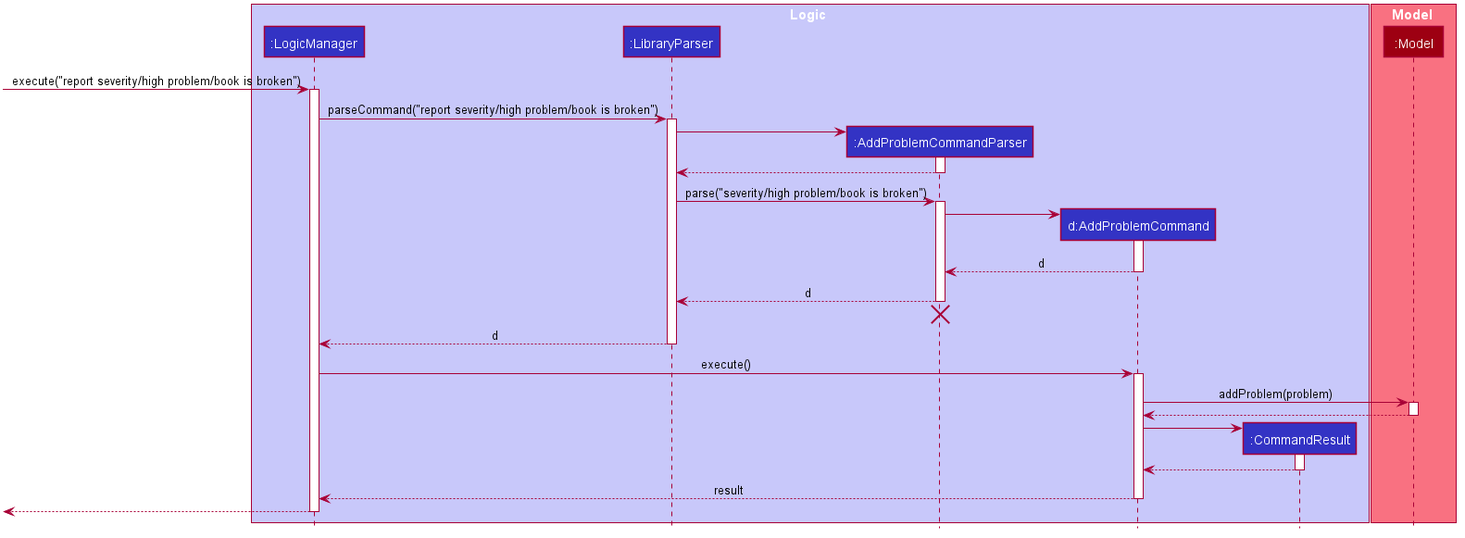
The PlantUML diagram docs/images/AddProblemSequenceDiagram.png in richardcom/tp, before a commit. The source it was exported from:
```plantuml
@startuml








skinparam BackgroundColor #FFFFFFF

skinparam Shadowing false

skinparam Class {
    FontColor #FFFFFF
    BorderThickness 1
    BorderColor #FFFFFF
    StereotypeFontColor #FFFFFF
    FontName Arial
}

skinparam Actor {
    BorderColor #000000
    Color #000000
    FontName Arial
}

skinparam Sequence {
    MessageAlign center
    BoxFontSize 15
    BoxPadding 0
    BoxFontColor #FFFFFF
    FontName Arial
}

skinparam Participant {
    FontColor #FFFFFFF
    Padding 20
}

skinparam MinClassWidth 50
skinparam ParticipantPadding 10
skinparam Shadowing false
skinparam DefaultTextAlignment center
skinparam packageStyle Rectangle

hide footbox
hide members
hide circle

box Logic #C8C8FA
participant ":LogicManager" as LogicManager #3333C4
participant ":LibraryParser" as LibraryParser #3333C4
participant ":AddProblemCommandParser" as AddProblemCommandParser #3333C4
participant "d:AddProblemCommand" as AddProblemCommand #3333C4
participant ":CommandResult" as CommandResult #3333C4
end box

box Model #F97181
participant ":Model" as Model #9D0012
end box

[-> LogicManager : execute("report severity/high problem/book is broken")
activate LogicManager

LogicManager -> LibraryParser : parseCommand("report severity/high problem/book is broken")
activate LibraryParser

create AddProblemCommandParser
LibraryParser -> AddProblemCommandParser
activate AddProblemCommandParser

AddProblemCommandParser --> LibraryParser
deactivate AddProblemCommandParser

LibraryParser -> AddProblemCommandParser : parse("severity/high problem/book is broken")
activate AddProblemCommandParser

create AddProblemCommand
AddProblemCommandParser -> AddProblemCommand
activate AddProblemCommand

AddProblemCommand --> AddProblemCommandParser : d
deactivate AddProblemCommand

AddProblemCommandParser --> LibraryParser : d
deactivate AddProblemCommandParser
AddProblemCommandParser -[hidden]-> LibraryParser
destroy AddProblemCommandParser

LibraryParser --> LogicManager : d
deactivate LibraryParser

LogicManager -> AddProblemCommand : execute()
activate AddProblemCommand

AddProblemCommand -> Model : addProblem(problem)
activate Model

Model --> AddProblemCommand
deactivate Model

create CommandResult
AddProblemCommand -> CommandResult
activate CommandResult

CommandResult --> AddProblemCommand
deactivate CommandResult

AddProblemCommand --> LogicManager : result
deactivate AddProblemCommand

[<--LogicManager
deactivate LogicManager
@enduml
```
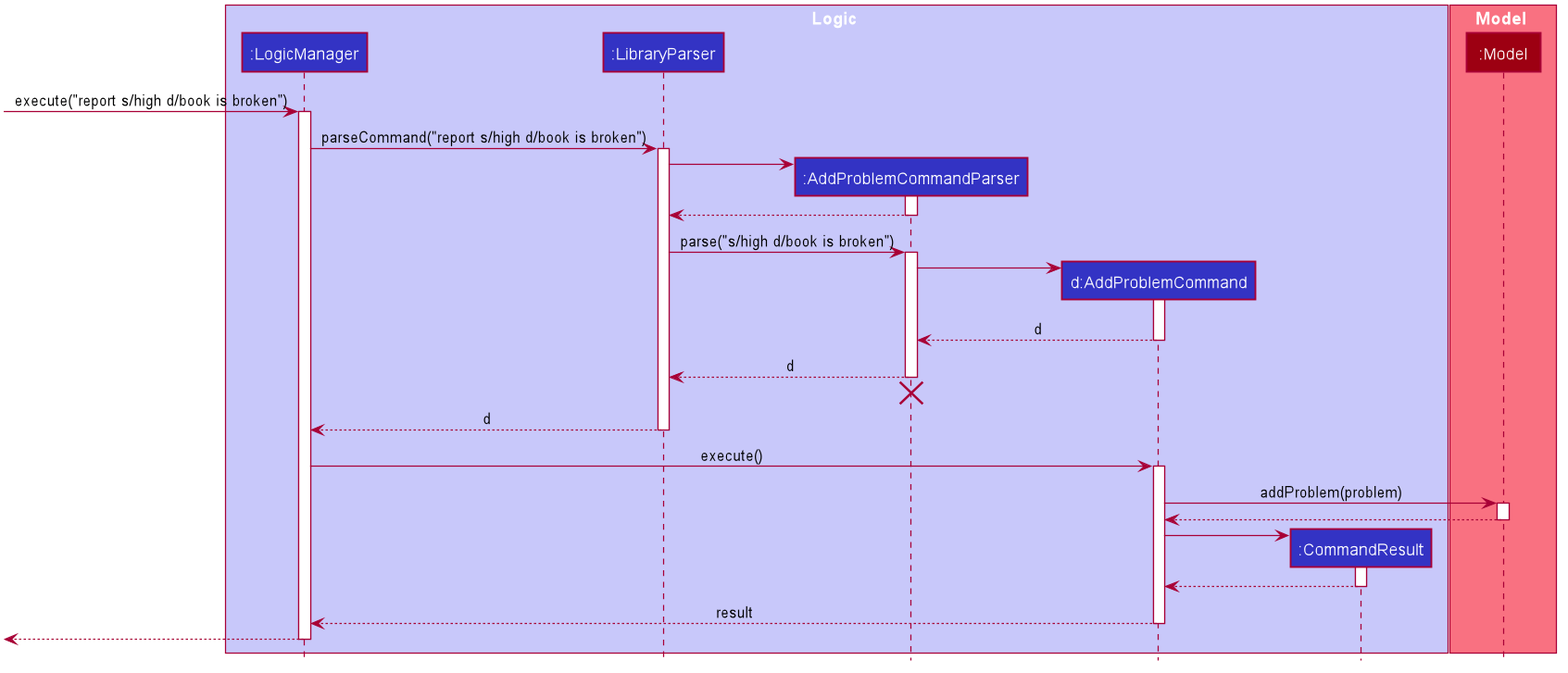
After the change.

Diff of the diagram source:
```diff
@@ -60,10 +60,10 @@
 participant ":Model" as Model #9D0012
 end box
 
-[-> LogicManager : execute("report severity/high problem/book is broken")
+[-> LogicManager : execute("report s/high d/book is broken")
 activate LogicManager
 
-LogicManager -> LibraryParser : parseCommand("report severity/high problem/book is broken")
+LogicManager -> LibraryParser : parseCommand("report s/high d/book is broken")
 activate LibraryParser
 
 create AddProblemCommandParser
@@ -73,7 +73,7 @@
 AddProblemCommandParser --> LibraryParser
 deactivate AddProblemCommandParser
 
-LibraryParser -> AddProblemCommandParser : parse("severity/high problem/book is broken")
+LibraryParser -> AddProblemCommandParser : parse("s/high d/book is broken")
 activate AddProblemCommandParser
 
 create AddProblemCommand
```
